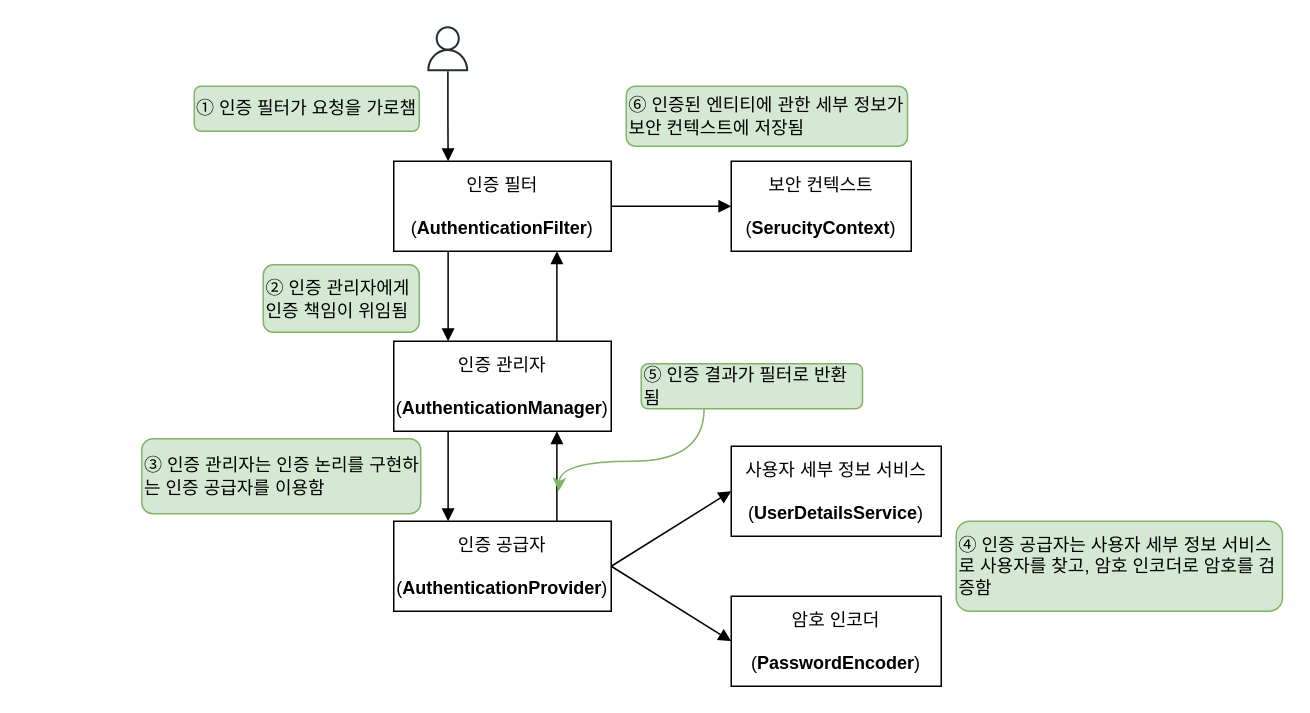
Earlier version of the draw.io diagram assets/img/dev/2023/1112/security.drawio (assu10/assu10.github.io). Source tidied: cells renumbered, new cells numbered last; positions are measured from the earlier drawing's top-left corner, leaving out a move shared by most shapes. Both pictures are drawn from the tidied source at 150%, with x=0, y=0 at pixel (141, 26).
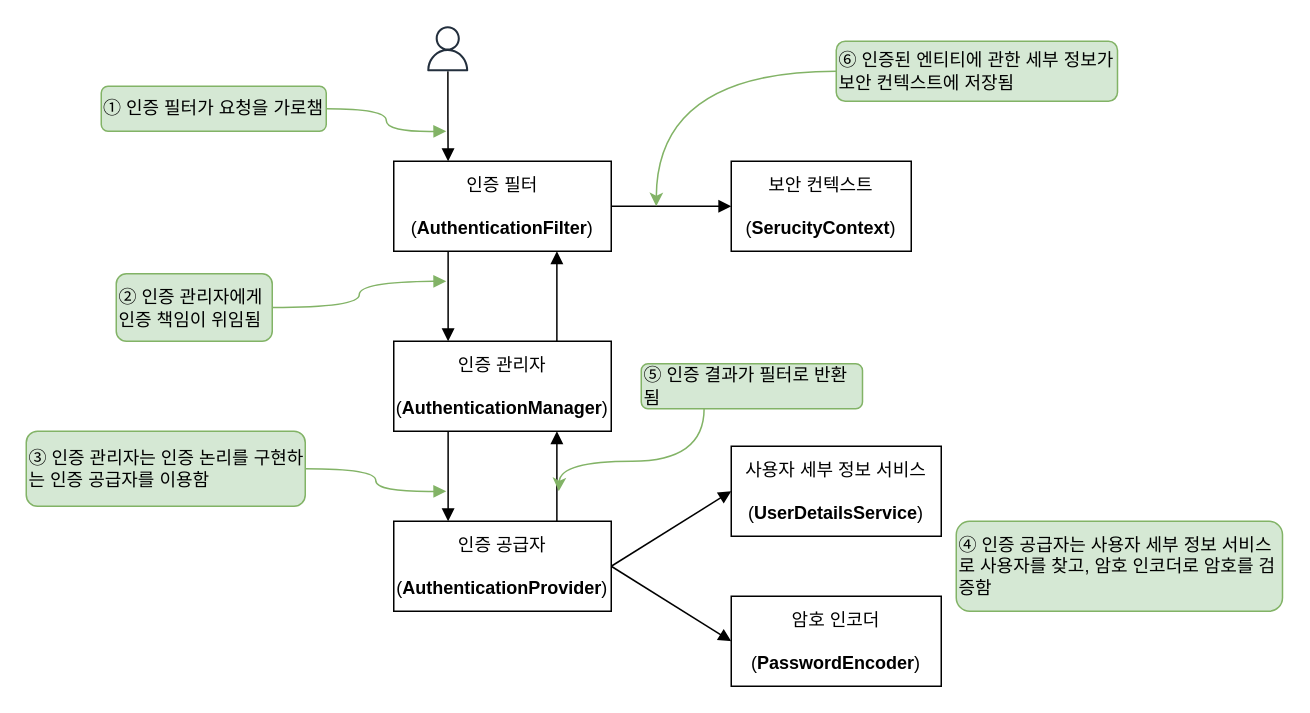
The same page after the edit.

Diff of the diagram source:
```diff
@@
-    <mxCell id="17" value="① 인증 필터가 요청을 가로챔" style="text;html=1;strokeColor=#82b366;fillColor=#d5e8d4;align=center;verticalAlign=middle;whiteSpace=wrap;rounded=1;glass=0;" parent="1" vertex="1">
-      <mxGeometry x="35" y="40" width="150" height="30" as="geometry" />
-    </mxCell>
-    <mxCell id="18" value="② 인증 관리자에게 &lt;br&gt;인증 책임이 위임됨" style="text;html=1;strokeColor=#82b366;fillColor=#d5e8d4;align=left;verticalAlign=middle;whiteSpace=wrap;rounded=1;" parent="1" vertex="1">
-      <mxGeometry x="81" y="159" width="104" height="45" as="geometry" />
-    </mxCell>
-    <mxCell id="19" value="③ 인증 관리자는 인증 논리를 구현하는 인증 공급자를 이용함" style="text;html=1;strokeColor=#82b366;fillColor=#d5e8d4;align=left;verticalAlign=middle;whiteSpace=wrap;rounded=1;" parent="1" vertex="1">
-      <mxGeometry y="275" width="186" height="50" as="geometry" />
-    </mxCell>
@@
+    <mxCell id="24" style="edgeStyle=orthogonalEdgeStyle;rounded=0;jettySize=auto;html=1;curved=1;fillColor=#d5e8d4;strokeColor=#82b366;" parent="1" edge="1" source="23">
+      <mxGeometry relative="1" as="geometry">
+        <mxPoint x="343" y="120" as="targetPoint" />
+      </mxGeometry>
+    </mxCell>
     <mxCell id="23" value="⑥ 인증된 엔티티에 관한 세부 정보가 보안 컨텍스트에 저장됨" style="text;html=1;strokeColor=#82b366;fillColor=#d5e8d4;align=left;verticalAlign=middle;whiteSpace=wrap;rounded=1;" parent="1" vertex="1">
-      <mxGeometry x="323" y="40" width="187.5" height="40" as="geometry" />
+      <mxGeometry x="463" y="10" width="187.5" height="40" as="geometry" />
     </mxCell>
+    <mxCell id="25" style="edgeStyle=orthogonalEdgeStyle;rounded=0;jettySize=auto;html=1;endArrow=block;endFill=1;curved=1;fillColor=#d5e8d4;strokeColor=#82b366;" parent="1" edge="1" source="17">
+      <mxGeometry relative="1" as="geometry">
+        <mxPoint x="203" y="70" as="targetPoint" />
+      </mxGeometry>
+    </mxCell>
+    <mxCell id="17" value="① 인증 필터가 요청을 가로챔" style="text;html=1;strokeColor=#82b366;fillColor=#d5e8d4;align=center;verticalAlign=middle;whiteSpace=wrap;rounded=1;" parent="1" vertex="1">
+      <mxGeometry x="-27" y="40" width="150" height="30" as="geometry" />
+    </mxCell>
+    <mxCell id="26" style="edgeStyle=orthogonalEdgeStyle;rounded=0;jettySize=auto;html=1;fillColor=#d5e8d4;strokeColor=#82b366;curved=1;endArrow=block;endFill=1;" parent="1" edge="1" source="18">
+      <mxGeometry relative="1" as="geometry">
+        <mxPoint x="203" y="170" as="targetPoint" />
+      </mxGeometry>
+    </mxCell>
+    <mxCell id="18" value="② 인증 관리자에게 &lt;br&gt;인증 책임이 위임됨" style="text;html=1;strokeColor=#82b366;fillColor=#d5e8d4;align=left;verticalAlign=middle;whiteSpace=wrap;rounded=1;" parent="1" vertex="1">
+      <mxGeometry x="-17" y="165" width="104" height="45" as="geometry" />
+    </mxCell>
+    <mxCell id="27" style="edgeStyle=orthogonalEdgeStyle;rounded=0;jettySize=auto;html=1;curved=1;fillColor=#d5e8d4;strokeColor=#82b366;endArrow=block;endFill=1;" parent="1" edge="1" source="19">
+      <mxGeometry relative="1" as="geometry">
+        <mxPoint x="203" y="310" as="targetPoint" />
+      </mxGeometry>
+    </mxCell>
+    <mxCell id="19" value="③ 인증 관리자는 인증 논리를 구현하는 인증 공급자를 이용함" style="text;html=1;strokeColor=#82b366;fillColor=#d5e8d4;align=left;verticalAlign=middle;whiteSpace=wrap;rounded=1;" parent="1" vertex="1">
+      <mxGeometry x="-77" y="270" width="186" height="50" as="geometry" />
+    </mxCell>
```
